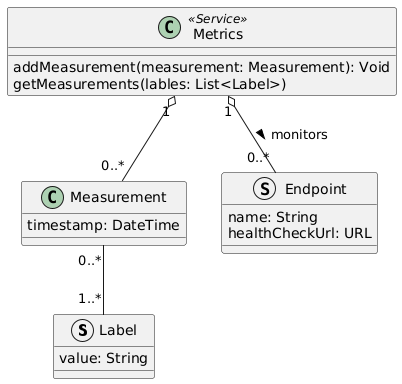
The PlantUML diagram doc/diagrams/metrics-service-domain-model.png in Ventus218/SAP-assignment-02, before a commit.
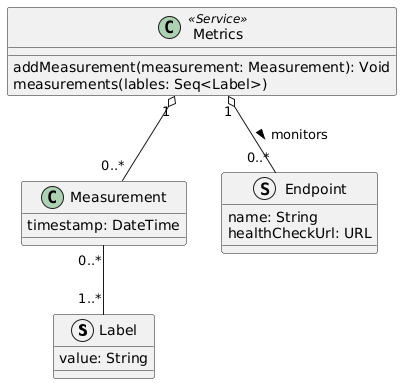
Above is the later version.

The edit, as a diff of the source:
```diff
@@ -17,7 +17,7 @@
 
 class Metrics <<Service>> {
     addMeasurement(measurement: Measurement): Void
-    getMeasurements(lables: List<Label>)
+    measurements(lables: Seq<Label>)
 }
 
 Metrics "1" o-- "0..*" Endpoint : "monitors >"
```
